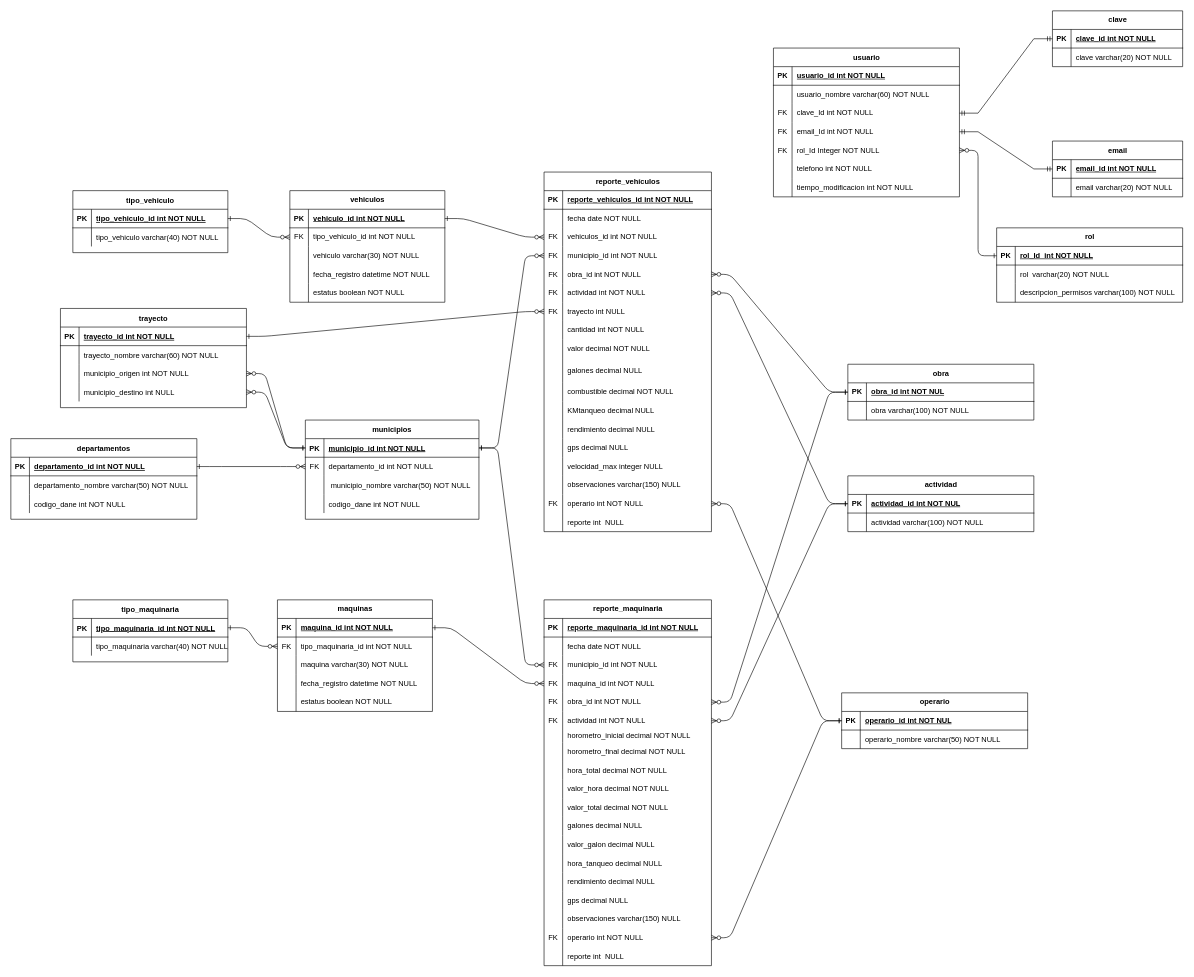
Above: MER/gestionMaquinaria&Vehiculos.drawio in MasacradorM/Gestion-de-Maquinaria-y-Vehiculos (draw.io), before the change. Source tidied: cells renumbered, new cells numbered last; positions are measured from the earlier drawing's top-left corner, leaving out a move shared by most shapes. Both pictures are drawn from the tidied source at 62%, with x=0, y=0 at pixel (11, 11).
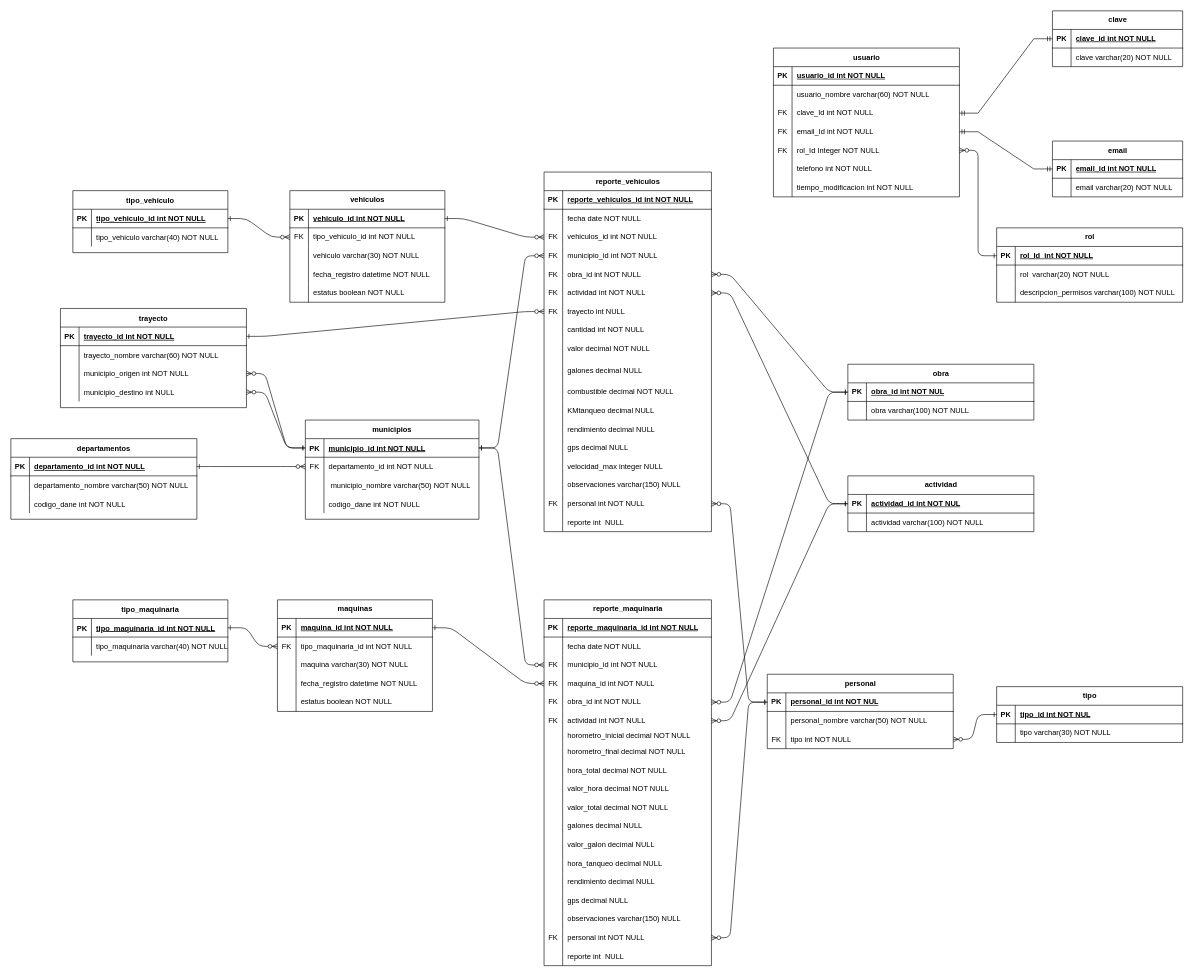
The same page after the edit.

Unchanged cells that the change refers to:
```xml
<mxCell id="102" style="shape=tableRow;horizontal=0;startSize=0;swimlaneHead=0;swimlaneBody=0;fillColor=none;points=[[0,0.5],[1,0.5]];portConstraint=eastwest;top=0;left=0;right=0;bottom=0;" parent="50" vertex="1">
  <mxGeometry y="530" width="270" height="30" as="geometry" />
</mxCell>
<mxCell id="159" style="shape=tableRow;horizontal=0;startSize=0;swimlaneHead=0;swimlaneBody=0;fillColor=none;points=[[0,0.5],[1,0.5]];portConstraint=eastwest;top=0;left=0;right=0;bottom=0;" parent="110" vertex="1">
  <mxGeometry y="520" width="270" height="30" as="geometry" />
</mxCell>
<mxCell id="241" style="shape=tableRow;horizontal=0;startSize=0;swimlaneHead=0;swimlaneBody=0;fillColor=none;points=[[0,0.5],[1,0.5]];portConstraint=eastwest;top=0;left=0;right=0;bottom=1;" parent="240" vertex="1">
  <mxGeometry y="30" width="300" height="30" as="geometry" />
</mxCell>
<mxCell id="244" style="shape=tableRow;horizontal=0;startSize=0;swimlaneHead=0;swimlaneBody=0;fillColor=none;top=0;left=0;right=0;bottom=0;" parent="240" vertex="1">
  <mxGeometry y="60" width="300" height="30" as="geometry" />
</mxCell>
```

Change to the diagram source:
```diff
@@
-    <mxCell id="104" value="&lt;span style=&quot;text-wrap-mode: nowrap;&quot;&gt;operario int NOT NULL&lt;/span&gt;" style="shape=partialRectangle;fillColor=none;top=0;left=0;bottom=0;right=0;align=left;spacingLeft=6;overflow=hidden;whiteSpace=wrap;html=1;" parent="102" vertex="1">
+    <mxCell id="104" value="&lt;span style=&quot;text-wrap-mode: nowrap;&quot;&gt;personal int NOT NULL&lt;/span&gt;" style="shape=partialRectangle;fillColor=none;top=0;left=0;bottom=0;right=0;align=left;spacingLeft=6;overflow=hidden;whiteSpace=wrap;html=1;" parent="102" vertex="1">
       <mxGeometry x="30" width="240" height="30" as="geometry" />
     </mxCell>
@@
-    <mxCell id="161" value="&lt;span style=&quot;text-wrap-mode: nowrap;&quot;&gt;operario int NOT NULL&lt;/span&gt;" style="shape=partialRectangle;fillColor=none;top=0;left=0;bottom=0;right=0;align=left;spacingLeft=6;overflow=hidden;whiteSpace=wrap;html=1;" parent="159" vertex="1">
+    <mxCell id="161" value="&lt;span style=&quot;text-wrap-mode: nowrap;&quot;&gt;personal&lt;/span&gt;&lt;span style=&quot;text-wrap-mode: nowrap;&quot;&gt;&amp;nbsp;int NOT NULL&lt;/span&gt;" style="shape=partialRectangle;fillColor=none;top=0;left=0;bottom=0;right=0;align=left;spacingLeft=6;overflow=hidden;whiteSpace=wrap;html=1;" parent="159" vertex="1">
       <mxGeometry x="30" width="240" height="30" as="geometry" />
     </mxCell>
@@
-    <mxCell id="240" value="operario" style="shape=table;startSize=30;childLayout=tableLayout;rowLines=0;fontStyle=1;align=center;html=1;" parent="1" vertex="1">
-      <mxGeometry x="1340" y="1100" width="300" height="90" as="geometry" />
+    <mxCell id="240" value="personal" style="shape=table;startSize=30;childLayout=tableLayout;rowLines=0;fontStyle=1;align=center;html=1;" parent="1" vertex="1">
+      <mxGeometry x="1220" y="1070" width="300" height="120" as="geometry" />
     </mxCell>
@@
-    <mxCell id="243" value="operario_id int NOT NUL" style="shape=partialRectangle;fillColor=none;top=0;left=0;bottom=0;right=0;align=left;spacingLeft=6;fontStyle=5;overflow=hidden;whiteSpace=wrap;html=1;" parent="241" vertex="1">
+    <mxCell id="243" value="personal_id int NOT NUL" style="shape=partialRectangle;fillColor=none;top=0;left=0;bottom=0;right=0;align=left;spacingLeft=6;fontStyle=5;overflow=hidden;whiteSpace=wrap;html=1;" parent="241" vertex="1">
       <mxGeometry x="30" width="270" height="30" as="geometry" />
     </mxCell>
@@
-    <mxCell id="246" value="operario_nombre varchar(50) NOT NULL" style="shape=partialRectangle;fillColor=none;top=0;left=0;bottom=0;right=0;align=left;spacingLeft=6;overflow=hidden;whiteSpace=wrap;html=1;" parent="244" vertex="1">
+    <mxCell id="246" value="personal_nombre varchar(50) NOT NULL" style="shape=partialRectangle;fillColor=none;top=0;left=0;bottom=0;right=0;align=left;spacingLeft=6;overflow=hidden;whiteSpace=wrap;html=1;" parent="244" vertex="1">
       <mxGeometry x="30" width="270" height="30" as="geometry" />
     </mxCell>
+    <mxCell id="283" style="shape=tableRow;horizontal=0;startSize=0;swimlaneHead=0;swimlaneBody=0;fillColor=none;points=[[0,0.5],[1,0.5]];portConstraint=eastwest;top=0;left=0;right=0;bottom=0;" parent="240" vertex="1">
+      <mxGeometry y="90" width="300" height="30" as="geometry" />
+    </mxCell>
+    <mxCell id="284" value="FK" style="shape=partialRectangle;fillColor=none;top=0;left=0;bottom=0;right=0;overflow=hidden;whiteSpace=wrap;html=1;" parent="283" vertex="1">
+      <mxGeometry width="30" height="30" as="geometry" />
+    </mxCell>
+    <mxCell id="285" value="tipo int NOT NULL" style="shape=partialRectangle;fillColor=none;top=0;left=0;bottom=0;right=0;align=left;spacingLeft=6;overflow=hidden;whiteSpace=wrap;html=1;" parent="283" vertex="1">
+      <mxGeometry x="30" width="270" height="30" as="geometry" />
+    </mxCell>
@@
+    <mxCell id="286" value="tipo" style="shape=table;startSize=30;childLayout=tableLayout;rowLines=0;fontStyle=1;align=center;html=1;" parent="1" vertex="1">
+      <mxGeometry x="1590" y="1090" width="300" height="90" as="geometry" />
+    </mxCell>
+    <mxCell id="287" style="shape=tableRow;horizontal=0;startSize=0;swimlaneHead=0;swimlaneBody=0;fillColor=none;points=[[0,0.5],[1,0.5]];portConstraint=eastwest;top=0;left=0;right=0;bottom=1;" parent="286" vertex="1">
+      <mxGeometry y="30" width="300" height="30" as="geometry" />
+    </mxCell>
+    <mxCell id="288" value="PK" style="shape=partialRectangle;fillColor=none;top=0;left=0;bottom=0;right=0;fontStyle=1;overflow=hidden;whiteSpace=wrap;html=1;" parent="287" vertex="1">
+      <mxGeometry width="30" height="30" as="geometry" />
+    </mxCell>
+    <mxCell id="289" value="tipo_id int NOT NUL" style="shape=partialRectangle;fillColor=none;top=0;left=0;bottom=0;right=0;align=left;spacingLeft=6;fontStyle=5;overflow=hidden;whiteSpace=wrap;html=1;" parent="287" vertex="1">
+      <mxGeometry x="30" width="270" height="30" as="geometry" />
+    </mxCell>
+    <mxCell id="290" style="shape=tableRow;horizontal=0;startSize=0;swimlaneHead=0;swimlaneBody=0;fillColor=none;top=0;left=0;right=0;bottom=0;" parent="286" vertex="1">
+      <mxGeometry y="60" width="300" height="30" as="geometry" />
+    </mxCell>
+    <mxCell id="291" style="shape=partialRectangle;fillColor=none;top=0;left=0;bottom=0;right=0;overflow=hidden;whiteSpace=wrap;html=1;" parent="290" vertex="1">
+      <mxGeometry width="30" height="30" as="geometry" />
+    </mxCell>
+    <mxCell id="292" value="tipo varchar(30) NOT NULL" style="shape=partialRectangle;fillColor=none;top=0;left=0;bottom=0;right=0;align=left;spacingLeft=6;overflow=hidden;whiteSpace=wrap;html=1;" parent="290" vertex="1">
+      <mxGeometry x="30" width="270" height="30" as="geometry" />
+    </mxCell>
+    <mxCell id="293" style="edgeStyle=entityRelationEdgeStyle;endArrow=ERzeroToMany;startArrow=ERone;endFill=1;startFill=0;" parent="1" edge="1" source="287" target="283">
+      <mxGeometry relative="1" as="geometry" />
+    </mxCell>
```
